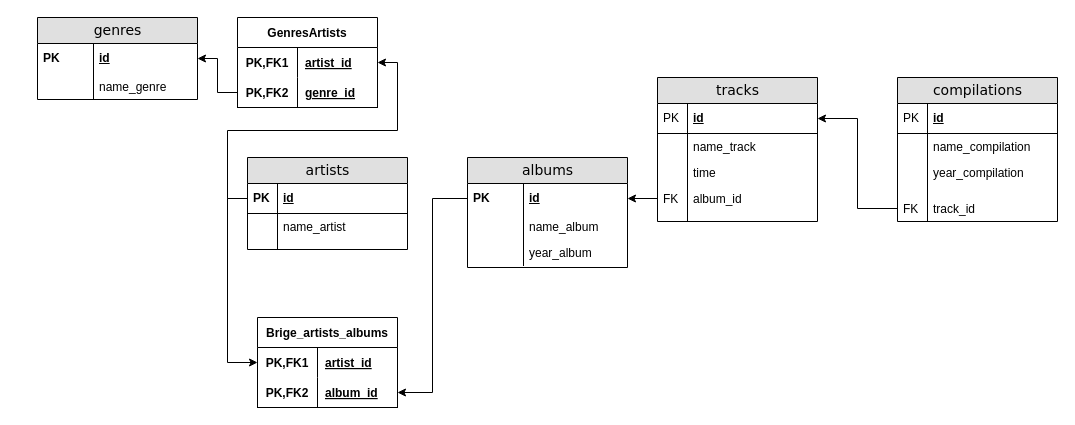
The draw.io diagram HW2_Task_1.drawio in vt-71/netology_HW_SUBD_, before the edit. Source tidied: cells renumbered, new cells numbered last; positions are measured from the earlier drawing's top-left corner, leaving out a move shared by most shapes. Both pictures are drawn from the tidied source at 100%, with x=0, y=0 at pixel (37, 17).
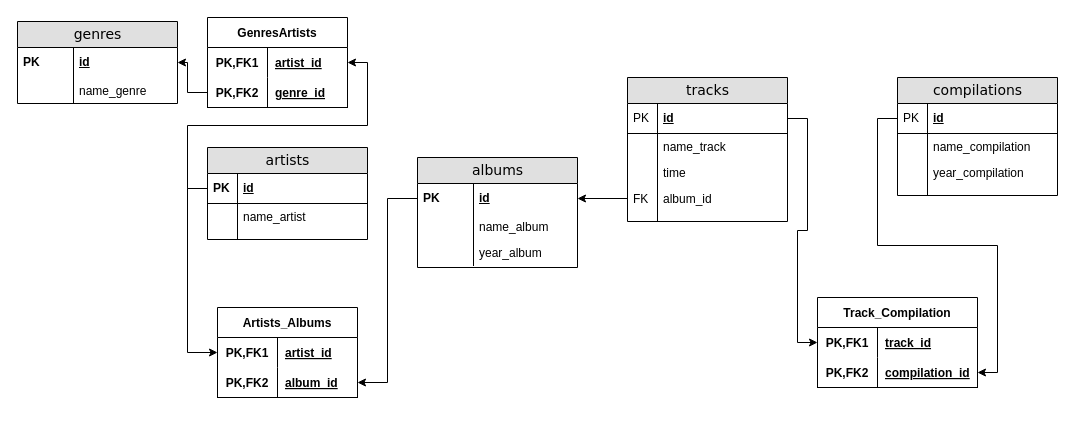
Above is the later version.

Unchanged cells that the change refers to:
```xml
<mxCell id="15" value="id" style="shape=partialRectangle;top=0;left=0;right=0;bottom=1;html=1;align=left;verticalAlign=middle;fillColor=none;spacingLeft=34;spacingRight=4;whiteSpace=wrap;overflow=hidden;points=[[0,0.5],[1,0.5]];portConstraint=eastwest;fontStyle=5;" parent="14" vertex="1">
  <mxGeometry y="26" width="160" height="30" as="geometry" />
</mxCell>
<mxCell id="34" value="id" style="shape=partialRectangle;top=0;left=0;right=0;bottom=1;html=1;align=left;verticalAlign=middle;fillColor=none;spacingLeft=34;spacingRight=4;whiteSpace=wrap;overflow=hidden;points=[[0,0.5],[1,0.5]];portConstraint=eastwest;fontStyle=5;" parent="33" vertex="1">
  <mxGeometry y="26" width="160" height="30" as="geometry" />
</mxCell>
```

What changed in the source:
```diff
@@
     <mxCell id="2" value="genres" style="swimlane;html=1;fontStyle=0;horizontal=1;startSize=26;fillColor=#e0e0e0;swimlaneFillColor=#ffffff;align=center;rounded=0;shadow=0;comic=0;labelBackgroundColor=none;strokeWidth=1;fontFamily=Verdana;fontSize=14;" parent="1" vertex="1">
-      <mxGeometry width="160" height="82" as="geometry" />
+      <mxGeometry x="-20" y="4" width="160" height="82" as="geometry" />
     </mxCell>
@@
     <mxCell id="7" value="artists" style="swimlane;html=1;fontStyle=0;horizontal=1;startSize=26;fillColor=#e0e0e0;swimlaneFillColor=#ffffff;align=center;rounded=0;shadow=0;comic=0;labelBackgroundColor=none;strokeWidth=1;fontFamily=Verdana;fontSize=14;swimlaneLine=1;" parent="1" vertex="1">
-      <mxGeometry x="210" y="140" width="160" height="92" as="geometry" />
+      <mxGeometry x="170" y="130" width="160" height="92" as="geometry" />
     </mxCell>
@@
     <mxCell id="14" value="tracks" style="swimlane;html=1;fontStyle=0;horizontal=1;startSize=26;fillColor=#e0e0e0;swimlaneFillColor=#ffffff;align=center;rounded=0;shadow=0;comic=0;labelBackgroundColor=none;strokeWidth=1;fontFamily=Verdana;fontSize=14;" parent="1" vertex="1">
-      <mxGeometry x="620" y="60" width="160" height="144" as="geometry" />
+      <mxGeometry x="590" y="60" width="160" height="144" as="geometry" />
     </mxCell>
@@
     <mxCell id="25" value="albums" style="swimlane;html=1;fontStyle=0;horizontal=1;startSize=26;fillColor=#e0e0e0;swimlaneFillColor=#ffffff;align=center;rounded=0;shadow=0;comic=0;labelBackgroundColor=none;strokeWidth=1;fontFamily=Verdana;fontSize=14;" parent="1" vertex="1">
-      <mxGeometry x="430" y="140" width="160" height="110" as="geometry" />
+      <mxGeometry x="380" y="140" width="160" height="110" as="geometry" />
     </mxCell>
@@
     <mxCell id="33" value="compilations" style="swimlane;html=1;fontStyle=0;horizontal=1;startSize=26;fillColor=#e0e0e0;swimlaneFillColor=#ffffff;align=center;rounded=0;shadow=0;comic=0;labelBackgroundColor=none;strokeWidth=1;fontFamily=Verdana;fontSize=14;" parent="1" vertex="1">
-      <mxGeometry x="860" y="60" width="160" height="144" as="geometry" />
+      <mxGeometry x="860" y="60" width="160" height="118" as="geometry" />
     </mxCell>
@@
-    <mxCell id="42" value="track_id" style="shape=partialRectangle;top=0;left=0;right=0;bottom=0;html=1;align=left;verticalAlign=top;fillColor=none;spacingLeft=34;spacingRight=4;whiteSpace=wrap;overflow=hidden;points=[[0,0.5],[1,0.5]];portConstraint=eastwest;" parent="33" vertex="1">
-      <mxGeometry y="118" width="160" height="26" as="geometry" />
-    </mxCell>
-    <mxCell id="43" value="FK" style="shape=partialRectangle;top=0;left=0;bottom=0;html=1;fillColor=none;align=left;verticalAlign=top;spacingLeft=4;spacingRight=4;whiteSpace=wrap;overflow=hidden;" parent="42" vertex="1">
-      <mxGeometry width="30" height="26" as="geometry" />
-    </mxCell>
-    <mxCell id="44" style="edgeStyle=orthogonalEdgeStyle;rounded=0;jettySize=auto;html=1;entryX=1;entryY=0.5;entryDx=0;entryDy=0;" parent="1" edge="1" source="42" target="15">
-      <mxGeometry relative="1" as="geometry" />
-    </mxCell>
     <mxCell id="45" value="GenresArtists" style="shape=table;startSize=30;childLayout=tableLayout;rowLines=0;fontStyle=1;align=center;" parent="1" vertex="1">
-      <mxGeometry x="200" width="140" height="90" as="geometry" />
+      <mxGeometry x="170" width="140" height="90" as="geometry" />
     </mxCell>
@@
-    <mxCell id="54" value="Brige_artists_albums" style="shape=table;startSize=30;childLayout=tableLayout;rowLines=0;fontStyle=1;align=center;" parent="1" vertex="1">
-      <mxGeometry x="220" y="300" width="140" height="90" as="geometry" />
+    <mxCell id="54" value="Artists_Albums" style="shape=table;startSize=30;childLayout=tableLayout;rowLines=0;fontStyle=1;align=center;" parent="1" vertex="1">
+      <mxGeometry x="180" y="290" width="140" height="90" as="geometry" />
     </mxCell>
@@
+    <mxCell id="63" value="Track_Compilation" style="shape=table;startSize=30;childLayout=tableLayout;rowLines=0;fontStyle=1;align=center;" parent="1" vertex="1">
+      <mxGeometry x="780" y="280" width="160" height="90" as="geometry" />
+    </mxCell>
+    <mxCell id="64" style="shape=tableRow;horizontal=0;startSize=0;swimlaneHead=0;swimlaneBody=0;fillColor=none;points=[[0,0.5],[1,0.5]];portConstraint=eastwest;top=0;left=0;right=0;bottom=0;" parent="63" vertex="1">
+      <mxGeometry y="30" width="160" height="30" as="geometry" />
+    </mxCell>
+    <mxCell id="65" value="PK,FK1" style="shape=partialRectangle;fillColor=none;top=0;left=0;bottom=0;right=0;fontStyle=1;overflow=hidden;" parent="64" vertex="1">
+      <mxGeometry width="60" height="30" as="geometry" />
+    </mxCell>
+    <mxCell id="42" value="track_id" style="shape=partialRectangle;fillColor=none;top=0;left=0;bottom=0;right=0;align=left;spacingLeft=6;fontStyle=5;overflow=hidden;" parent="64" vertex="1">
+      <mxGeometry x="60" width="100" height="30" as="geometry" />
+    </mxCell>
+    <mxCell id="66" style="shape=tableRow;horizontal=0;startSize=0;swimlaneHead=0;swimlaneBody=0;fillColor=none;points=[[0,0.5],[1,0.5]];portConstraint=eastwest;top=0;left=0;right=0;bottom=1;" parent="63" vertex="1">
+      <mxGeometry y="60" width="160" height="30" as="geometry" />
+    </mxCell>
+    <mxCell id="67" value="PK,FK2" style="shape=partialRectangle;fillColor=none;top=0;left=0;bottom=0;right=0;fontStyle=1;overflow=hidden;" parent="66" vertex="1">
+      <mxGeometry width="60" height="30" as="geometry" />
+    </mxCell>
+    <mxCell id="68" value="compilation_id" style="shape=partialRectangle;fillColor=none;top=0;left=0;bottom=0;right=0;align=left;spacingLeft=6;fontStyle=5;overflow=hidden;" parent="66" vertex="1">
+      <mxGeometry x="60" width="100" height="30" as="geometry" />
+    </mxCell>
+    <mxCell id="69" style="edgeStyle=orthogonalEdgeStyle;rounded=0;jettySize=auto;html=1;entryX=1;entryY=0.5;entryDx=0;entryDy=0;" parent="1" edge="1" source="34" target="66">
+      <mxGeometry relative="1" as="geometry" />
+    </mxCell>
+    <mxCell id="70" style="edgeStyle=orthogonalEdgeStyle;rounded=0;jettySize=auto;html=1;entryX=0;entryY=0.5;entryDx=0;entryDy=0;" parent="1" edge="1" source="15" target="64">
+      <mxGeometry relative="1" as="geometry" />
+    </mxCell>
```
